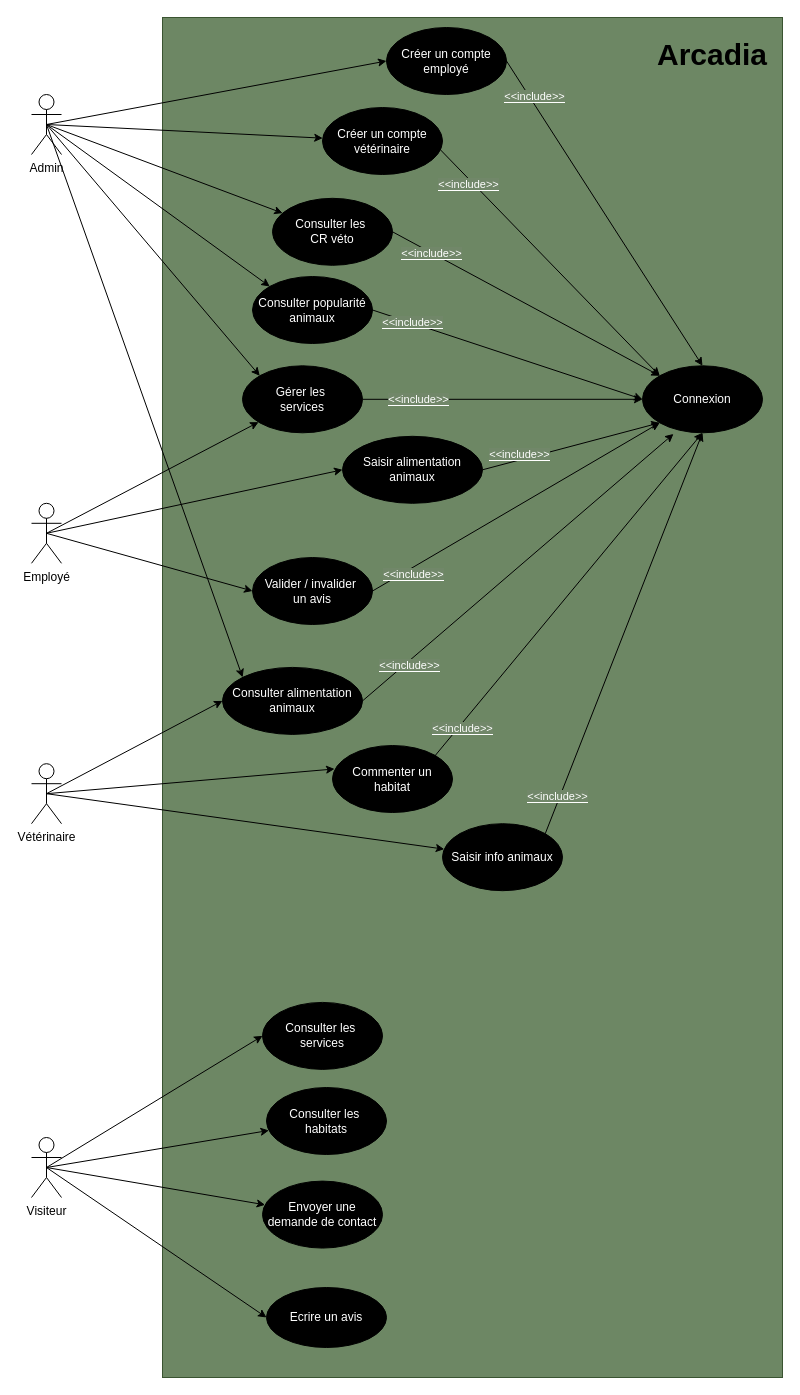
Earlier version of the draw.io diagram Diagramme sans nom.drawio (emilie-thomas/arcadia). Source tidied: cells renumbered, new cells numbered last; positions are measured from the earlier drawing's top-left corner, leaving out a move shared by most shapes. Both pictures are drawn from the tidied source at 100%, with x=0, y=0 at pixel (31, 17).
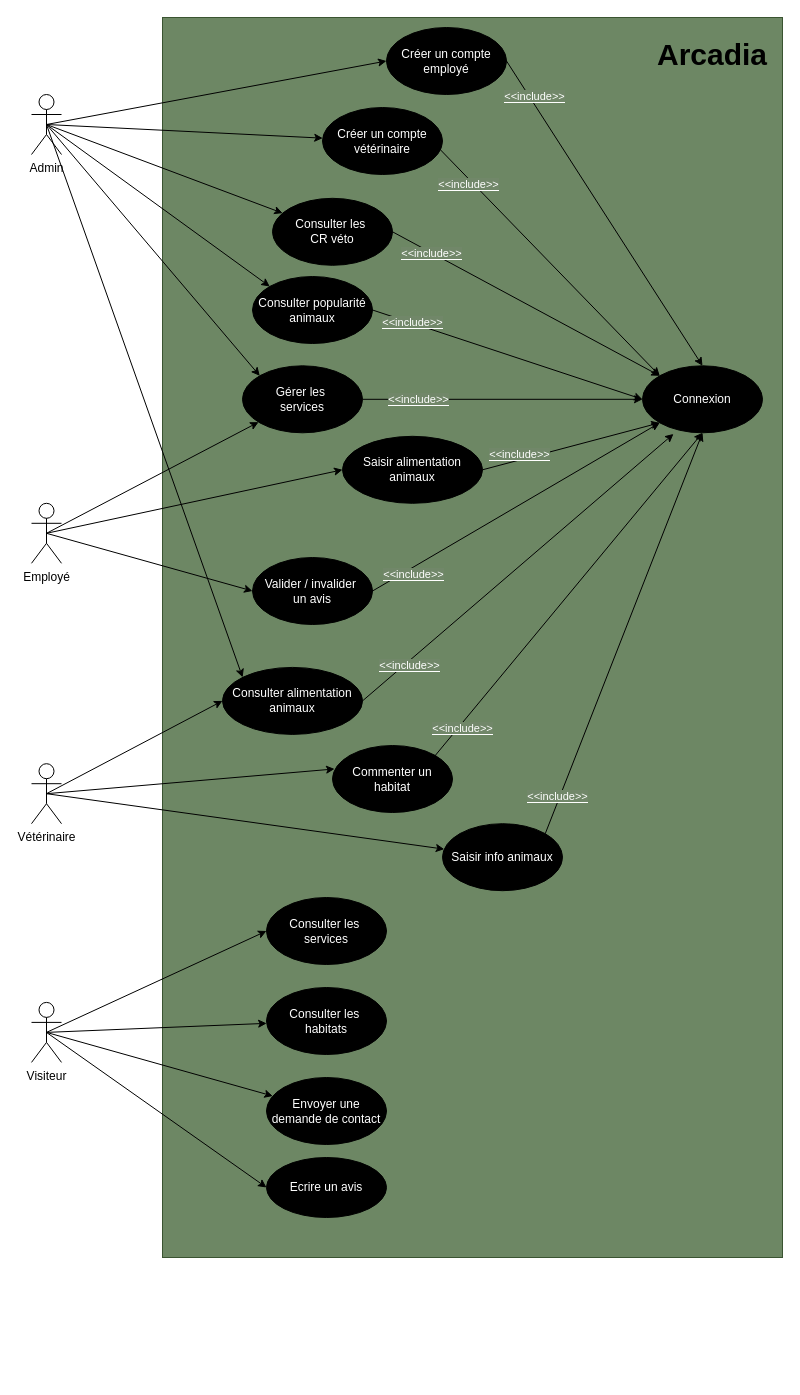
The same diagram, later.

Unchanged cells that the change refers to:
```xml
<mxCell id="2" style="group;" parent="1" vertex="1">
  <mxGeometry x="131" width="620" height="1360" as="geometry" />
</mxCell>
```

What changed in the source:
```diff
@@
     <mxCell id="3" style="rounded=0;whiteSpace=wrap;html=1;fillColor=#6d8764;fontColor=#ffffff;strokeColor=#3A5431;" parent="2" vertex="1">
-      <mxGeometry width="620" height="1360" as="geometry" />
+      <mxGeometry width="620" height="1240" as="geometry" />
     </mxCell>
@@
     <mxCell id="7" value="Consulter les&amp;nbsp;&lt;div&gt;habitats&lt;/div&gt;" style="ellipse;whiteSpace=wrap;html=1;fontColor=#FFFFFF;labelBackgroundColor=none;fillColor=#000000;" parent="2" vertex="1">
-      <mxGeometry x="104" y="1070" width="120" height="67" as="geometry" />
+      <mxGeometry x="104" y="970" width="120" height="67" as="geometry" />
     </mxCell>
     <mxCell id="8" value="Ecrire un avis" style="ellipse;whiteSpace=wrap;html=1;fontColor=#FFFFFF;labelBackgroundColor=none;fillColor=#000000;" parent="2" vertex="1">
-      <mxGeometry x="104" y="1270" width="120" height="60" as="geometry" />
+      <mxGeometry x="104" y="1140" width="120" height="60" as="geometry" />
     </mxCell>
@@
+    <mxCell id="13" value="Consulter les&amp;nbsp;&lt;div&gt;services&lt;/div&gt;" style="ellipse;whiteSpace=wrap;html=1;fontColor=#FFFFFF;labelBackgroundColor=none;fillColor=#000000;" parent="2" vertex="1">
+      <mxGeometry x="104" y="880" width="120" height="67" as="geometry" />
+    </mxCell>
+    <mxCell id="36" value="Envoyer une demande de contact" style="ellipse;whiteSpace=wrap;html=1;fontColor=#FFFFFF;labelBackgroundColor=none;fillColor=#000000;" parent="2" vertex="1">
+      <mxGeometry x="104" y="1060" width="120" height="67" as="geometry" />
+    </mxCell>
@@
-    <mxCell id="13" value="Consulter les&amp;nbsp;&lt;div&gt;services&lt;/div&gt;" style="ellipse;whiteSpace=wrap;html=1;fontColor=#FFFFFF;labelBackgroundColor=none;fillColor=#000000;" parent="1" vertex="1">
-      <mxGeometry x="231" y="984.9" width="120" height="67" as="geometry" />
-    </mxCell>
@@
-    <mxCell id="36" value="Envoyer une demande de contact" style="ellipse;whiteSpace=wrap;html=1;fontColor=#FFFFFF;labelBackgroundColor=none;fillColor=#000000;" parent="1" vertex="1">
-      <mxGeometry x="231" y="1163.6" width="120" height="67" as="geometry" />
-    </mxCell>
@@
     <mxCell id="57" value="Visiteur" style="shape=umlActor;verticalLabelPosition=bottom;verticalAlign=top;html=1;outlineConnect=0;" parent="1" vertex="1">
-      <mxGeometry y="1120" width="30" height="60" as="geometry" />
+      <mxGeometry y="984.9" width="30" height="60" as="geometry" />
     </mxCell>
```
